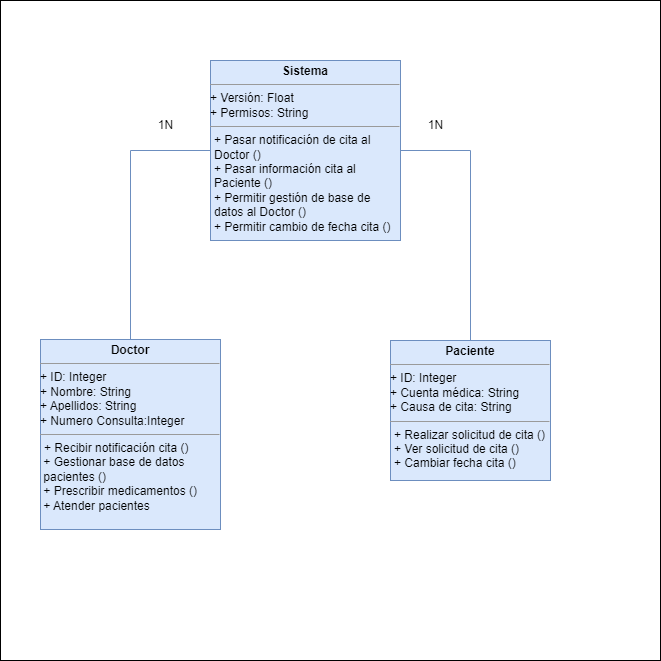
Before: Diagramas_Clases/Sistema_hospitalario/Sistema_Hospitalario.drawio.png, a diagram exported from draw.io (jpprguezz/ETS). Source tidied: cells renumbered, new cells last; positions are measured from the earlier drawing's top-left corner, leaving out a move shared by most shapes. Its diagram source:
```xml
<mxGraphModel background="#FFFFFF">
  <root>
    <mxCell id="0" />
    <mxCell id="1" parent="0" />
    <mxCell id="2" style="whiteSpace=wrap;html=1;" parent="1" vertex="1">
      <mxGeometry width="660" height="660" as="geometry" />
    </mxCell>
    <mxCell id="3" value="&lt;p style=&quot;margin:0px;margin-top:4px;text-align:center;&quot;&gt;&lt;b&gt;Paciente&lt;/b&gt;&lt;/p&gt;&lt;hr size=&quot;1&quot;&gt;&lt;div&gt;&lt;div&gt;+ ID: Integer&lt;/div&gt;&lt;div&gt;+ Cuenta médica: String&lt;/div&gt;&lt;div&gt;+ Causa de cita: String&lt;br&gt;&lt;/div&gt;&lt;/div&gt;&lt;hr size=&quot;1&quot;&gt;&lt;p style=&quot;margin:0px;margin-left:4px;&quot;&gt;+ Realizar solicitud de cita ()&lt;/p&gt;&lt;p style=&quot;margin:0px;margin-left:4px;&quot;&gt;+ Ver solicitud de cita ()&lt;br&gt;&lt;/p&gt;&lt;p style=&quot;margin:0px;margin-left:4px;&quot;&gt;+ Cambiar fecha cita ()&lt;/p&gt;" style="verticalAlign=top;align=left;overflow=fill;html=1;whiteSpace=wrap;fillColor=#dae8fc;strokeColor=#6c8ebf;" parent="1" vertex="1">
      <mxGeometry x="390" y="340" width="160" height="140" as="geometry" />
    </mxCell>
    <mxCell id="4" value="&lt;p style=&quot;margin:0px;margin-top:4px;text-align:center;&quot;&gt;&lt;b&gt;Doctor&lt;/b&gt;&lt;/p&gt;&lt;hr size=&quot;1&quot;&gt;&lt;div&gt;&lt;div&gt;+ ID: Integer&lt;/div&gt;&lt;div&gt;+ Nombre: String&lt;/div&gt;&lt;/div&gt;&lt;div&gt;+ Apellidos: String&lt;/div&gt;&lt;div&gt;+ Numero Consulta:Integer&lt;/div&gt;&lt;hr size=&quot;1&quot;&gt;&lt;p style=&quot;margin:0px;margin-left:4px;&quot;&gt;+ Recibir notificación cita ()&lt;/p&gt;&lt;div&gt;&amp;nbsp;+ Gestionar base de datos&amp;nbsp; &amp;nbsp;pacientes ()&lt;/div&gt;&lt;div&gt;&amp;nbsp;+ Prescribir medicamentos ()&lt;/div&gt;&lt;div&gt;&amp;nbsp;+ Atender pacientes&lt;/div&gt;&lt;p style=&quot;margin:0px;margin-left:4px;&quot;&gt;&lt;br&gt;&lt;/p&gt;" style="verticalAlign=top;align=left;overflow=fill;html=1;whiteSpace=wrap;fillColor=#dae8fc;strokeColor=#6c8ebf;" parent="1" vertex="1">
      <mxGeometry x="40" y="339" width="180" height="190" as="geometry" />
    </mxCell>
    <mxCell id="5" style="edgeStyle=orthogonalEdgeStyle;rounded=0;jettySize=auto;html=1;exitX=1;exitY=0.5;exitDx=0;exitDy=0;endArrow=none;endFill=0;fillColor=#dae8fc;strokeColor=#6c8ebf;" parent="1" edge="1" source="7" target="3">
      <mxGeometry relative="1" as="geometry" />
    </mxCell>
    <mxCell id="6" style="edgeStyle=orthogonalEdgeStyle;rounded=0;jettySize=auto;html=1;exitX=0;exitY=0.5;exitDx=0;exitDy=0;entryX=0.5;entryY=0;entryDx=0;entryDy=0;endArrow=none;endFill=0;fillColor=#dae8fc;strokeColor=#6c8ebf;" parent="1" edge="1" source="7" target="4">
      <mxGeometry relative="1" as="geometry" />
    </mxCell>
    <mxCell id="7" value="&lt;p style=&quot;margin:0px;margin-top:4px;text-align:center;&quot;&gt;&lt;b&gt;Sistema&lt;/b&gt;&lt;br&gt;&lt;/p&gt;&lt;hr size=&quot;1&quot;&gt;&lt;div&gt;&lt;div&gt;+ Versión: Float&lt;/div&gt;&lt;div&gt;+ Permisos: String&lt;br&gt;&lt;/div&gt;&lt;/div&gt;&lt;hr size=&quot;1&quot;&gt;&lt;p style=&quot;margin:0px;margin-left:4px;&quot;&gt;+ Pasar notificación de cita al Doctor ()&lt;br&gt;&lt;/p&gt;&lt;p style=&quot;margin:0px;margin-left:4px;&quot;&gt;+ Pasar información cita al Paciente ()&lt;/p&gt;&lt;p style=&quot;margin:0px;margin-left:4px;&quot;&gt;+ Permitir gestión de base de datos al Doctor ()&lt;br&gt;&lt;/p&gt;&lt;p style=&quot;margin:0px;margin-left:4px;&quot;&gt;+ Permitir cambio de fecha cita ()&lt;/p&gt;" style="verticalAlign=top;align=left;overflow=fill;html=1;whiteSpace=wrap;fillColor=#dae8fc;strokeColor=#6c8ebf;" parent="1" vertex="1">
      <mxGeometry x="210" y="60" width="190" height="180" as="geometry" />
    </mxCell>
    <mxCell id="8" value="1N" style="text;html=1;align=center;verticalAlign=middle;strokeColor=none;fillColor=none;" parent="1" vertex="1">
      <mxGeometry x="145" y="110" width="40" height="30" as="geometry" />
    </mxCell>
    <mxCell id="9" value="1N" style="text;html=1;align=center;verticalAlign=middle;strokeColor=none;fillColor=none;" parent="1" vertex="1">
      <mxGeometry x="415" y="110" width="40" height="30" as="geometry" />
    </mxCell>
  </root>
</mxGraphModel>
```
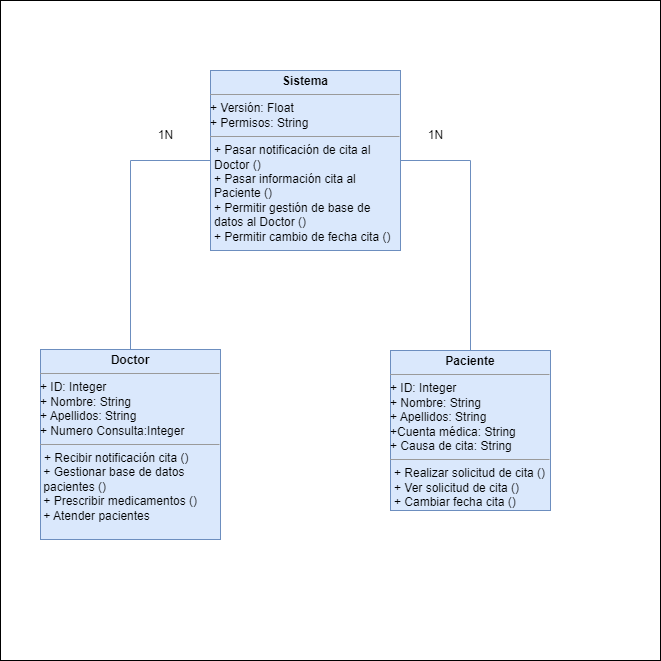
After the commit.

Commit message:
Modificado diagrama

The edit, as a diff of the source:
```diff
@@ -3,10 +3,10 @@
     <mxCell id="0" />
     <mxCell id="1" parent="0" />
     <mxCell id="2" style="whiteSpace=wrap;html=1;" parent="1" vertex="1">
-      <mxGeometry width="660" height="660" as="geometry" />
+      <mxGeometry y="-10" width="660" height="660" as="geometry" />
     </mxCell>
-    <mxCell id="3" value="&lt;p style=&quot;margin:0px;margin-top:4px;text-align:center;&quot;&gt;&lt;b&gt;Paciente&lt;/b&gt;&lt;/p&gt;&lt;hr size=&quot;1&quot;&gt;&lt;div&gt;&lt;div&gt;+ ID: Integer&lt;/div&gt;&lt;div&gt;+ Cuenta médica: String&lt;/div&gt;&lt;div&gt;+ Causa de cita: String&lt;br&gt;&lt;/div&gt;&lt;/div&gt;&lt;hr size=&quot;1&quot;&gt;&lt;p style=&quot;margin:0px;margin-left:4px;&quot;&gt;+ Realizar solicitud de cita ()&lt;/p&gt;&lt;p style=&quot;margin:0px;margin-left:4px;&quot;&gt;+ Ver solicitud de cita ()&lt;br&gt;&lt;/p&gt;&lt;p style=&quot;margin:0px;margin-left:4px;&quot;&gt;+ Cambiar fecha cita ()&lt;/p&gt;" style="verticalAlign=top;align=left;overflow=fill;html=1;whiteSpace=wrap;fillColor=#dae8fc;strokeColor=#6c8ebf;" parent="1" vertex="1">
-      <mxGeometry x="390" y="340" width="160" height="140" as="geometry" />
+    <mxCell id="3" value="&lt;p style=&quot;margin:0px;margin-top:4px;text-align:center;&quot;&gt;&lt;b&gt;Paciente&lt;/b&gt;&lt;/p&gt;&lt;hr size=&quot;1&quot;&gt;&lt;div&gt;&lt;div&gt;+ ID: Integer&lt;/div&gt;&lt;div&gt;&lt;span style=&quot;background-color: initial;&quot;&gt;+ Nombre: String&lt;/span&gt;&lt;/div&gt;&lt;div&gt;&lt;span style=&quot;background-color: initial;&quot;&gt;+ Apellidos: String&lt;/span&gt;&lt;/div&gt;&lt;div&gt;&lt;span style=&quot;background-color: initial;&quot;&gt;+Cuenta médica: String&lt;/span&gt;&lt;/div&gt;&lt;div&gt;+ Causa de cita: String&lt;br&gt;&lt;/div&gt;&lt;/div&gt;&lt;hr size=&quot;1&quot;&gt;&lt;p style=&quot;margin:0px;margin-left:4px;&quot;&gt;+ Realizar solicitud de cita ()&lt;/p&gt;&lt;p style=&quot;margin:0px;margin-left:4px;&quot;&gt;+ Ver solicitud de cita ()&lt;br&gt;&lt;/p&gt;&lt;p style=&quot;margin:0px;margin-left:4px;&quot;&gt;+ Cambiar fecha cita ()&lt;/p&gt;" style="verticalAlign=top;align=left;overflow=fill;html=1;whiteSpace=wrap;fillColor=#dae8fc;strokeColor=#6c8ebf;" parent="1" vertex="1">
+      <mxGeometry x="390" y="340" width="160" height="160" as="geometry" />
     </mxCell>
     <mxCell id="4" value="&lt;p style=&quot;margin:0px;margin-top:4px;text-align:center;&quot;&gt;&lt;b&gt;Doctor&lt;/b&gt;&lt;/p&gt;&lt;hr size=&quot;1&quot;&gt;&lt;div&gt;&lt;div&gt;+ ID: Integer&lt;/div&gt;&lt;div&gt;+ Nombre: String&lt;/div&gt;&lt;/div&gt;&lt;div&gt;+ Apellidos: String&lt;/div&gt;&lt;div&gt;+ Numero Consulta:Integer&lt;/div&gt;&lt;hr size=&quot;1&quot;&gt;&lt;p style=&quot;margin:0px;margin-left:4px;&quot;&gt;+ Recibir notificación cita ()&lt;/p&gt;&lt;div&gt;&amp;nbsp;+ Gestionar base de datos&amp;nbsp; &amp;nbsp;pacientes ()&lt;/div&gt;&lt;div&gt;&amp;nbsp;+ Prescribir medicamentos ()&lt;/div&gt;&lt;div&gt;&amp;nbsp;+ Atender pacientes&lt;/div&gt;&lt;p style=&quot;margin:0px;margin-left:4px;&quot;&gt;&lt;br&gt;&lt;/p&gt;" style="verticalAlign=top;align=left;overflow=fill;html=1;whiteSpace=wrap;fillColor=#dae8fc;strokeColor=#6c8ebf;" parent="1" vertex="1">
       <mxGeometry x="40" y="339" width="180" height="190" as="geometry" />
```
